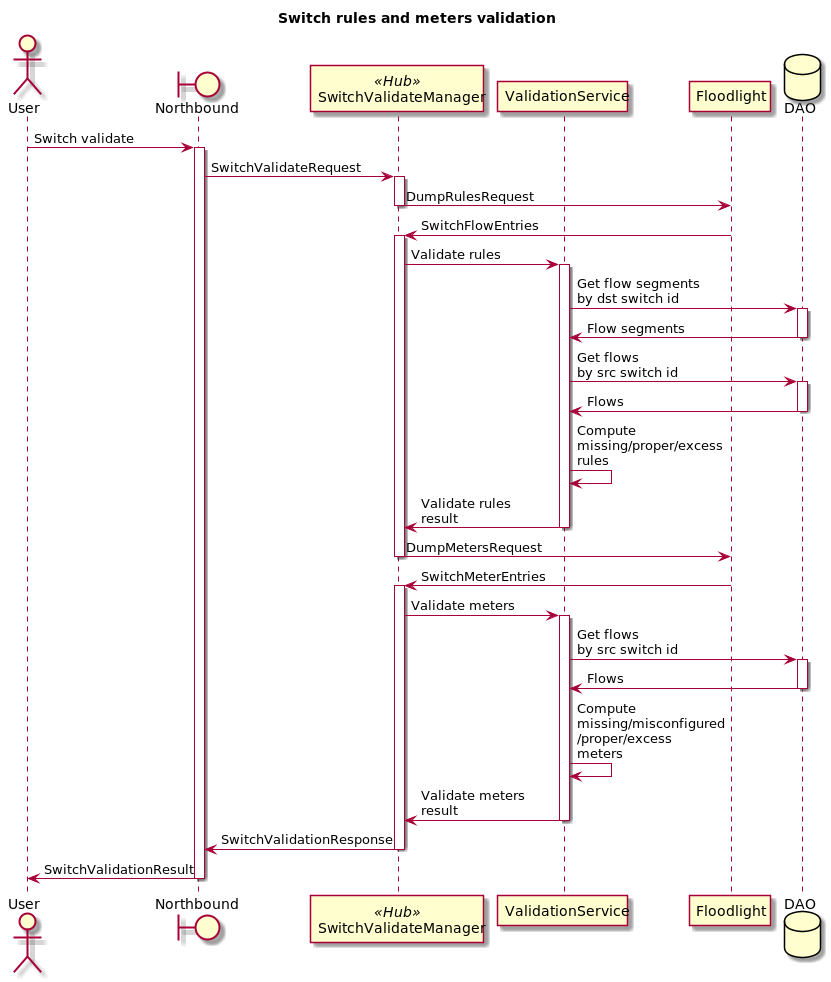
The PlantUML diagram docs/design/hub-and-spoke/switch-validate/h&s-switch-validate.png in telstra/open-kilda, before a commit.
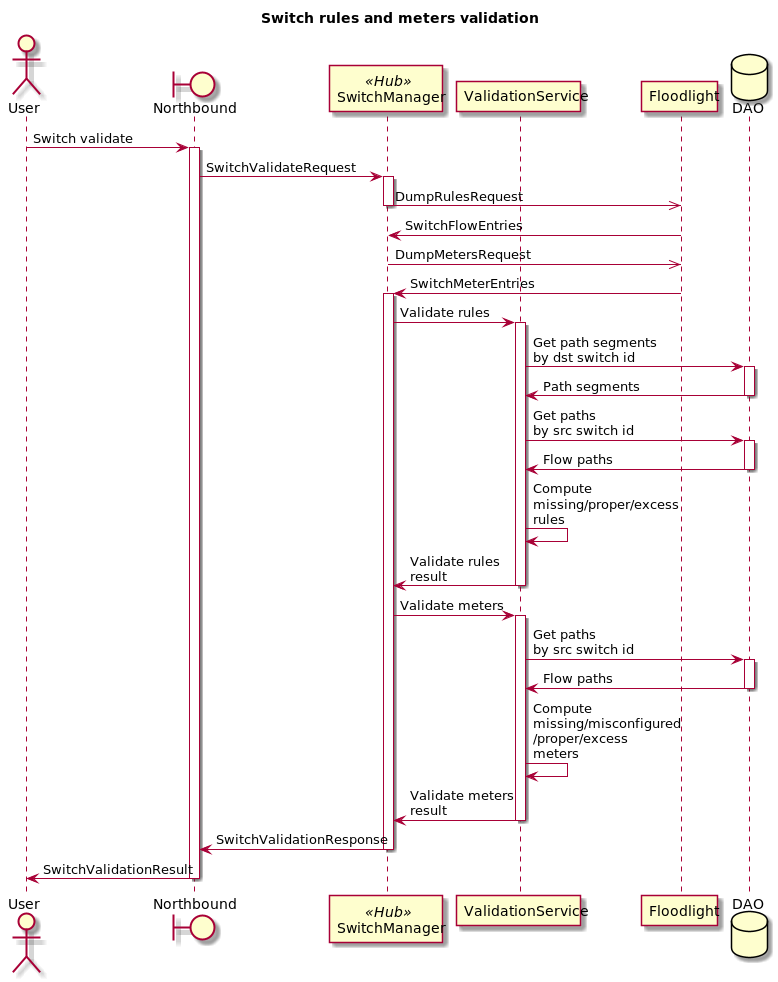
The same diagram one commit later.

Change to the diagram source:
```diff
@@ -3,7 +3,7 @@
 
 actor User
 boundary Northbound as NB
-participant SwitchValidateManager << Hub >>
+participant SwitchManager << Hub >>
 participant ValidationService
 participant Floodlight as FL
 database DAO
@@ -11,47 +11,48 @@
 User -> NB : Switch validate
 
 activate NB
-NB -> SwitchValidateManager : SwitchValidateRequest
-activate SwitchValidateManager
+NB -> SwitchManager : SwitchValidateRequest
+activate SwitchManager
 
-SwitchValidateManager -> FL : DumpRulesRequest
-deactivate SwitchValidateManager
-FL -> SwitchValidateManager : SwitchFlowEntries
-activate SwitchValidateManager
-SwitchValidateManager -> ValidationService : Validate rules
+SwitchManager ->> FL : DumpRulesRequest
+deactivate SwitchManager
+FL -> SwitchManager : SwitchFlowEntries
+
+SwitchManager ->> FL : DumpMetersRequest
+deactivate SwitchManager
+FL -> SwitchManager : SwitchMeterEntries
+
+activate SwitchManager
+SwitchManager -> ValidationService : Validate rules
 activate ValidationService
-ValidationService -> DAO : Get flow segments\nby dst switch id
+ValidationService -> DAO : Get path segments\nby dst switch id
 activate DAO
-DAO -> ValidationService : Flow segments
+DAO -> ValidationService : Path segments
 deactivate DAO
-ValidationService -> DAO : Get flows\nby src switch id
+ValidationService -> DAO : Get paths\nby src switch id
 activate DAO
-DAO -> ValidationService : Flows
+DAO -> ValidationService : Flow paths
 deactivate DAO
 ValidationService -> ValidationService : Compute\nmissing/proper/excess\nrules
 
-ValidationService -> SwitchValidateManager : Validate rules\nresult
+ValidationService -> SwitchManager : Validate rules\nresult
 deactivate ValidationService
 
-SwitchValidateManager -> FL : DumpMetersRequest
-deactivate SwitchValidateManager
-FL -> SwitchValidateManager : SwitchMeterEntries
-activate SwitchValidateManager
-SwitchValidateManager -> ValidationService : Validate meters
+SwitchManager -> ValidationService : Validate meters
 activate ValidationService
 
-ValidationService -> DAO : Get flows\nby src switch id
+ValidationService -> DAO : Get paths\nby src switch id
 activate DAO
-DAO -> ValidationService : Flows
+DAO -> ValidationService : Flow paths
 deactivate DAO
 ValidationService -> ValidationService : Compute\nmissing/misconfigured\n/proper/excess\nmeters
 
-ValidationService -> SwitchValidateManager : Validate meters\nresult
+ValidationService -> SwitchManager : Validate meters\nresult
 deactivate ValidationService
 
-SwitchValidateManager -> NB : SwitchValidationResponse
-deactivate SwitchValidateManager
+SwitchManager -> NB : SwitchValidationResponse
+deactivate SwitchManager
 NB -> User : SwitchValidationResult
 deactivate NB
 
- @enduml
+@enduml
```
